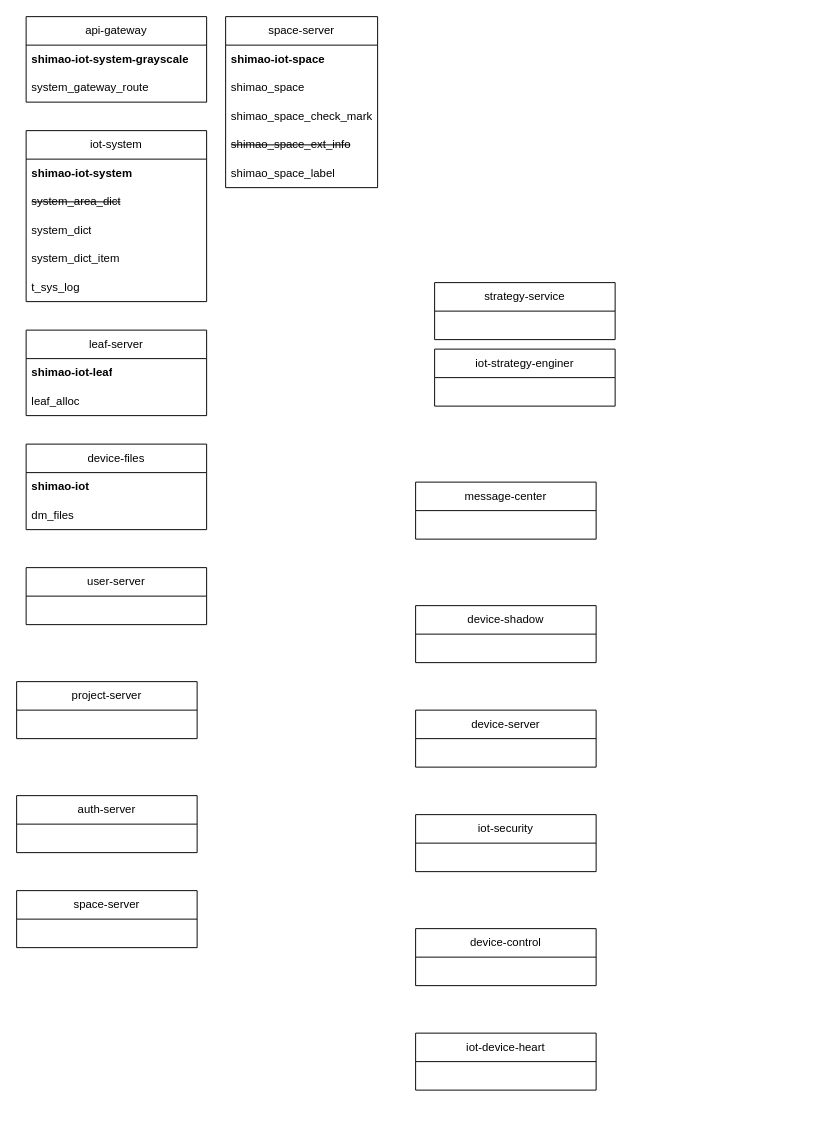
Before: yzs/IOT服务精简.drawio in yanglei1992/documents, a draw.io diagram. Source tidied: cells renumbered, new cells numbered last; positions are measured from the earlier drawing's top-left corner, leaving out a move shared by most shapes. Both pictures are drawn from the tidied source at 95%, with x=0, y=0 at pixel (16, 16).
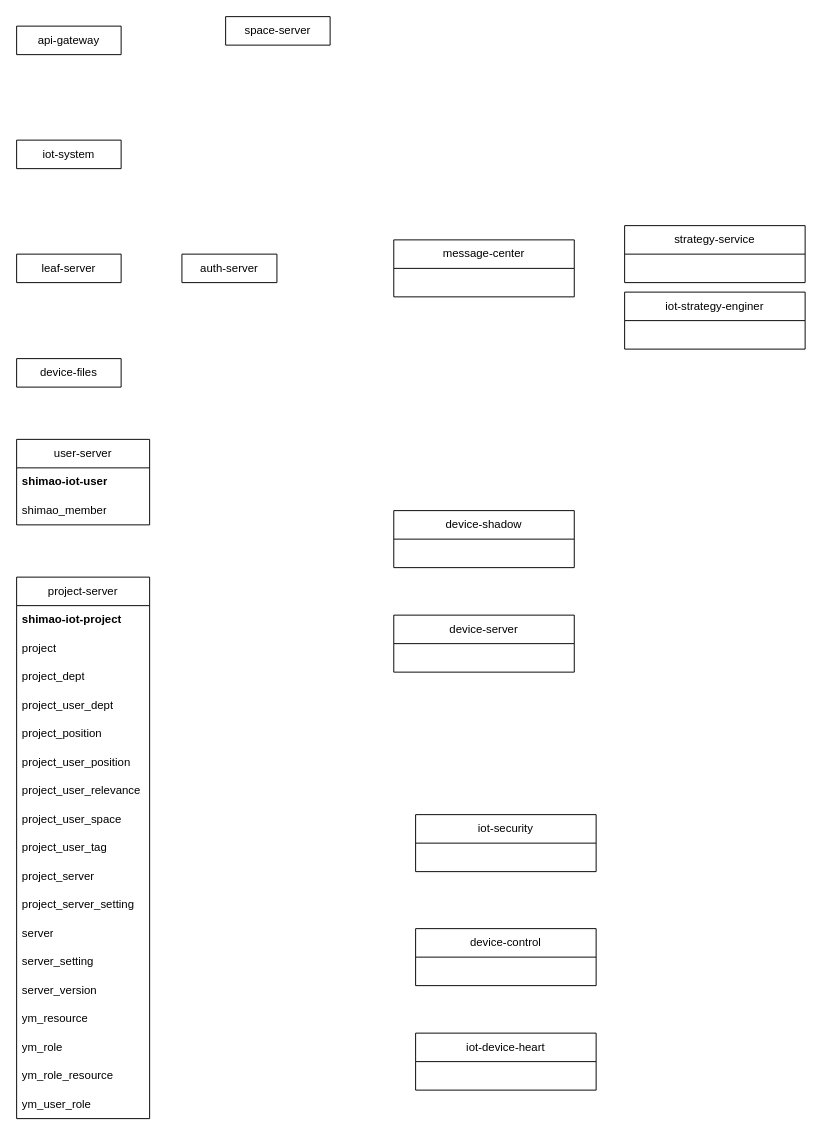
The same page after the edit.

Commit message (it also covers changes not shown here):
更新IOT服务精简.drawio

The edit, as a diff of the source:
```diff
@@
-    <mxCell id="2" value="space-server" style="swimlane;fontStyle=0;horizontal=1;startSize=30;whiteSpace=wrap;html=1;" parent="1" vertex="1">
-      <mxGeometry x="220" width="160" height="180" as="geometry" />
+    <mxCell id="2" value="space-server" style="swimlane;fontStyle=0;horizontal=1;startSize=30;whiteSpace=wrap;html=1;" parent="1" vertex="1" collapsed="1">
+      <mxGeometry x="220" width="110" height="30" as="geometry" />
     </mxCell>
-    <mxCell id="3" value="shimao-iot-space" style="text;strokeColor=none;fillColor=none;align=left;verticalAlign=middle;spacingLeft=4;spacingRight=4;overflow=hidden;whiteSpace=wrap;html=1;fontStyle=1;" parent="2" vertex="1">
-      <mxGeometry y="30" width="160" height="30" as="geometry" />
-    </mxCell>
-    <mxCell id="4" value="shimao_space" style="text;strokeColor=none;fillColor=none;align=left;verticalAlign=middle;spacingLeft=4;spacingRight=4;overflow=hidden;whiteSpace=wrap;html=1;" parent="2" vertex="1">
-      <mxGeometry y="60" width="160" height="30" as="geometry" />
-    </mxCell>
-    <mxCell id="5" value="shimao_space_check_mark" style="text;strokeColor=none;fillColor=none;align=left;verticalAlign=middle;spacingLeft=4;spacingRight=4;overflow=hidden;whiteSpace=wrap;html=1;" parent="2" vertex="1">
-      <mxGeometry y="90" width="160" height="30" as="geometry" />
-    </mxCell>
-    <mxCell id="6" value="&lt;strike&gt;shimao_space_ext_info&lt;/strike&gt;" style="text;strokeColor=none;fillColor=none;align=left;verticalAlign=middle;spacingLeft=4;spacingRight=4;overflow=hidden;whiteSpace=wrap;html=1;" parent="2" vertex="1">
-      <mxGeometry y="120" width="160" height="30" as="geometry" />
-    </mxCell>
-    <mxCell id="7" value="shimao_space_label" style="text;strokeColor=none;fillColor=none;align=left;verticalAlign=middle;spacingLeft=4;spacingRight=4;overflow=hidden;whiteSpace=wrap;html=1;" parent="2" vertex="1">
-      <mxGeometry y="150" width="160" height="30" as="geometry" />
-    </mxCell>
-    <mxCell id="8" value="api-gateway" style="swimlane;fontStyle=0;horizontal=1;startSize=30;whiteSpace=wrap;html=1;" parent="1" vertex="1">
-      <mxGeometry x="10" width="190" height="90" as="geometry" />
+    <mxCell id="8" value="api-gateway" style="swimlane;fontStyle=0;horizontal=1;startSize=30;whiteSpace=wrap;html=1;" parent="1" vertex="1" collapsed="1">
+      <mxGeometry y="10" width="110" height="30" as="geometry" />
     </mxCell>
-    <mxCell id="9" value="shimao-iot-system-grayscale" style="text;strokeColor=none;fillColor=none;align=left;verticalAlign=middle;spacingLeft=4;spacingRight=4;overflow=hidden;whiteSpace=wrap;html=1;fontStyle=1;" parent="8" vertex="1">
-      <mxGeometry y="30" width="190" height="30" as="geometry" />
-    </mxCell>
-    <mxCell id="10" value="system_gateway_route" style="text;strokeColor=none;fillColor=none;align=left;verticalAlign=middle;spacingLeft=4;spacingRight=4;overflow=hidden;whiteSpace=wrap;html=1;" parent="8" vertex="1">
-      <mxGeometry y="60" width="190" height="30" as="geometry" />
-    </mxCell>
-    <mxCell id="11" value="iot-system" style="swimlane;fontStyle=0;horizontal=1;startSize=30;whiteSpace=wrap;html=1;" parent="1" vertex="1">
-      <mxGeometry x="10" y="120" width="190" height="180" as="geometry" />
+    <mxCell id="11" value="iot-system" style="swimlane;fontStyle=0;horizontal=1;startSize=30;whiteSpace=wrap;html=1;" parent="1" vertex="1" collapsed="1">
+      <mxGeometry y="130" width="110" height="30" as="geometry" />
     </mxCell>
-    <mxCell id="12" value="shimao-iot-system" style="text;strokeColor=none;fillColor=none;align=left;verticalAlign=middle;spacingLeft=4;spacingRight=4;overflow=hidden;whiteSpace=wrap;html=1;fontStyle=1;" parent="11" vertex="1">
-      <mxGeometry y="30" width="190" height="30" as="geometry" />
-    </mxCell>
-    <mxCell id="13" value="&lt;strike&gt;system_area_dict&lt;/strike&gt;" style="text;strokeColor=none;fillColor=none;align=left;verticalAlign=middle;spacingLeft=4;spacingRight=4;overflow=hidden;whiteSpace=wrap;html=1;fontStyle=0;" parent="11" vertex="1">
-      <mxGeometry y="60" width="190" height="30" as="geometry" />
-    </mxCell>
-    <mxCell id="14" value="system_dict" style="text;strokeColor=none;fillColor=none;align=left;verticalAlign=middle;spacingLeft=4;spacingRight=4;overflow=hidden;whiteSpace=wrap;html=1;fontStyle=0;" parent="11" vertex="1">
-      <mxGeometry y="90" width="190" height="30" as="geometry" />
-    </mxCell>
-    <mxCell id="15" value="system_dict_item" style="text;strokeColor=none;fillColor=none;align=left;verticalAlign=middle;spacingLeft=4;spacingRight=4;overflow=hidden;whiteSpace=wrap;html=1;fontStyle=0;" parent="11" vertex="1">
-      <mxGeometry y="120" width="190" height="30" as="geometry" />
-    </mxCell>
-    <mxCell id="16" value="t_sys_log" style="text;strokeColor=none;fillColor=none;align=left;verticalAlign=middle;spacingLeft=4;spacingRight=4;overflow=hidden;whiteSpace=wrap;html=1;fontStyle=0;" parent="11" vertex="1">
-      <mxGeometry y="150" width="190" height="30" as="geometry" />
-    </mxCell>
-    <mxCell id="17" value="leaf-server" style="swimlane;fontStyle=0;horizontal=1;startSize=30;whiteSpace=wrap;html=1;" parent="1" vertex="1">
-      <mxGeometry x="10" y="330" width="190" height="90" as="geometry" />
+    <mxCell id="17" value="leaf-server" style="swimlane;fontStyle=0;horizontal=1;startSize=30;whiteSpace=wrap;html=1;" parent="1" vertex="1" collapsed="1">
+      <mxGeometry y="250" width="110" height="30" as="geometry" />
     </mxCell>
-    <mxCell id="18" value="shimao-iot-leaf" style="text;strokeColor=none;fillColor=none;align=left;verticalAlign=middle;spacingLeft=4;spacingRight=4;overflow=hidden;whiteSpace=wrap;html=1;fontStyle=1;" parent="17" vertex="1">
-      <mxGeometry y="30" width="190" height="30" as="geometry" />
-    </mxCell>
-    <mxCell id="19" value="leaf_alloc" style="text;strokeColor=none;fillColor=none;align=left;verticalAlign=middle;spacingLeft=4;spacingRight=4;overflow=hidden;whiteSpace=wrap;html=1;fontStyle=0;" parent="17" vertex="1">
-      <mxGeometry y="60" width="190" height="30" as="geometry" />
-    </mxCell>
-    <mxCell id="20" value="device-files" style="swimlane;fontStyle=0;horizontal=1;startSize=30;whiteSpace=wrap;html=1;" parent="1" vertex="1">
-      <mxGeometry x="10" y="450" width="190" height="90" as="geometry" />
+    <mxCell id="20" value="device-files" style="swimlane;fontStyle=0;horizontal=1;startSize=30;whiteSpace=wrap;html=1;" parent="1" vertex="1" collapsed="1">
+      <mxGeometry y="360" width="110" height="30" as="geometry" />
     </mxCell>
-    <mxCell id="21" value="shimao-iot" style="text;strokeColor=none;fillColor=none;align=left;verticalAlign=middle;spacingLeft=4;spacingRight=4;overflow=hidden;whiteSpace=wrap;html=1;fontStyle=1;" parent="20" vertex="1">
-      <mxGeometry y="30" width="190" height="30" as="geometry" />
-    </mxCell>
-    <mxCell id="22" value="dm_files" style="text;strokeColor=none;fillColor=none;align=left;verticalAlign=middle;spacingLeft=4;spacingRight=4;overflow=hidden;whiteSpace=wrap;html=1;fontStyle=0;" parent="20" vertex="1">
-      <mxGeometry y="60" width="190" height="30" as="geometry" />
-    </mxCell>
     <mxCell id="23" value="device-server" style="swimlane;fontStyle=0;horizontal=1;startSize=30;whiteSpace=wrap;html=1;" parent="1" vertex="1">
-      <mxGeometry x="420" y="730" width="190" height="60" as="geometry" />
+      <mxGeometry x="397" y="630" width="190" height="60" as="geometry" />
     </mxCell>
     <mxCell id="24" value="device-shadow" style="swimlane;fontStyle=0;horizontal=1;startSize=30;whiteSpace=wrap;html=1;" parent="1" vertex="1">
-      <mxGeometry x="420" y="620" width="190" height="60" as="geometry" />
+      <mxGeometry x="397" y="520" width="190" height="60" as="geometry" />
     </mxCell>
-    <mxCell id="25" value="space-server" style="swimlane;fontStyle=0;horizontal=1;startSize=30;whiteSpace=wrap;html=1;" parent="1" vertex="1">
-      <mxGeometry y="920" width="190" height="60" as="geometry" />
-    </mxCell>
-    <mxCell id="26" value="auth-server" style="swimlane;fontStyle=0;horizontal=1;startSize=30;whiteSpace=wrap;html=1;" parent="1" vertex="1">
-      <mxGeometry y="820" width="190" height="60" as="geometry" />
-    </mxCell>
-    <mxCell id="27" value="project-server" style="swimlane;fontStyle=0;horizontal=1;startSize=30;whiteSpace=wrap;html=1;" parent="1" vertex="1">
-      <mxGeometry y="700" width="190" height="60" as="geometry" />
-    </mxCell>
-    <mxCell id="28" value="user-server" style="swimlane;fontStyle=0;horizontal=1;startSize=30;whiteSpace=wrap;html=1;" parent="1" vertex="1">
-      <mxGeometry x="10" y="580" width="190" height="60" as="geometry" />
-    </mxCell>
@@
     <mxCell id="31" value="message-center" style="swimlane;fontStyle=0;horizontal=1;startSize=30;whiteSpace=wrap;html=1;" parent="1" vertex="1">
-      <mxGeometry x="420" y="490" width="190" height="60" as="geometry" />
+      <mxGeometry x="397" y="235" width="190" height="60" as="geometry" />
     </mxCell>
@@
     <mxCell id="33" value="iot-strategy-enginer" style="swimlane;fontStyle=0;horizontal=1;startSize=30;whiteSpace=wrap;html=1;" parent="1" vertex="1">
-      <mxGeometry x="440" y="350" width="190" height="60" as="geometry" />
+      <mxGeometry x="640" y="290" width="190" height="60" as="geometry" />
     </mxCell>
     <mxCell id="34" value="strategy-service" style="swimlane;fontStyle=0;horizontal=1;startSize=30;whiteSpace=wrap;html=1;" parent="1" vertex="1">
-      <mxGeometry x="440" y="280" width="190" height="60" as="geometry" />
+      <mxGeometry x="640" y="220" width="190" height="60" as="geometry" />
     </mxCell>
+    <mxCell id="28" value="user-server" style="swimlane;fontStyle=0;horizontal=1;startSize=30;whiteSpace=wrap;html=1;" parent="1" vertex="1">
+      <mxGeometry y="445" width="140" height="90" as="geometry" />
+    </mxCell>
+    <mxCell id="35" value="shimao-iot-user" style="text;strokeColor=none;fillColor=none;align=left;verticalAlign=middle;spacingLeft=4;spacingRight=4;overflow=hidden;whiteSpace=wrap;html=1;fontStyle=1;" parent="28" vertex="1">
+      <mxGeometry y="30" width="140" height="30" as="geometry" />
+    </mxCell>
+    <mxCell id="36" value="shimao_member" style="text;strokeColor=none;fillColor=none;align=left;verticalAlign=middle;spacingLeft=4;spacingRight=4;overflow=hidden;whiteSpace=wrap;html=1;" parent="28" vertex="1">
+      <mxGeometry y="60" width="140" height="30" as="geometry" />
+    </mxCell>
+    <mxCell id="27" value="project-server" style="swimlane;fontStyle=0;horizontal=1;startSize=30;whiteSpace=wrap;html=1;" parent="1" vertex="1">
+      <mxGeometry y="590" width="140" height="570" as="geometry" />
+    </mxCell>
+    <mxCell id="37" value="shimao-iot-project" style="text;strokeColor=none;fillColor=none;align=left;verticalAlign=middle;spacingLeft=4;spacingRight=4;overflow=hidden;whiteSpace=wrap;html=1;fontStyle=1;" parent="27" vertex="1">
+      <mxGeometry y="30" width="140" height="30" as="geometry" />
+    </mxCell>
+    <mxCell id="38" value="project" style="text;strokeColor=none;fillColor=none;align=left;verticalAlign=middle;spacingLeft=4;spacingRight=4;overflow=hidden;whiteSpace=wrap;html=1;" parent="27" vertex="1">
+      <mxGeometry y="60" width="140" height="30" as="geometry" />
+    </mxCell>
+    <mxCell id="39" value="project_dept" style="text;strokeColor=none;fillColor=none;align=left;verticalAlign=middle;spacingLeft=4;spacingRight=4;overflow=hidden;whiteSpace=wrap;html=1;" parent="27" vertex="1">
+      <mxGeometry y="90" width="140" height="30" as="geometry" />
+    </mxCell>
+    <mxCell id="40" value="project_user_dept" style="text;strokeColor=none;fillColor=none;align=left;verticalAlign=middle;spacingLeft=4;spacingRight=4;overflow=hidden;whiteSpace=wrap;html=1;" parent="27" vertex="1">
+      <mxGeometry y="120" width="140" height="30" as="geometry" />
+    </mxCell>
+    <mxCell id="41" value="project_position" style="text;strokeColor=none;fillColor=none;align=left;verticalAlign=middle;spacingLeft=4;spacingRight=4;overflow=hidden;whiteSpace=wrap;html=1;" parent="27" vertex="1">
+      <mxGeometry y="150" width="140" height="30" as="geometry" />
+    </mxCell>
+    <mxCell id="42" value="project_user_position" style="text;strokeColor=none;fillColor=none;align=left;verticalAlign=middle;spacingLeft=4;spacingRight=4;overflow=hidden;whiteSpace=wrap;html=1;" parent="27" vertex="1">
+      <mxGeometry y="180" width="140" height="30" as="geometry" />
+    </mxCell>
+    <mxCell id="43" value="project_user_relevance" style="text;strokeColor=none;fillColor=none;align=left;verticalAlign=middle;spacingLeft=4;spacingRight=4;overflow=hidden;whiteSpace=wrap;html=1;" parent="27" vertex="1">
+      <mxGeometry y="210" width="140" height="30" as="geometry" />
+    </mxCell>
+    <mxCell id="44" value="project_user_space" style="text;strokeColor=none;fillColor=none;align=left;verticalAlign=middle;spacingLeft=4;spacingRight=4;overflow=hidden;whiteSpace=wrap;html=1;" parent="27" vertex="1">
+      <mxGeometry y="240" width="140" height="30" as="geometry" />
+    </mxCell>
+    <mxCell id="45" value="project_user_tag" style="text;strokeColor=none;fillColor=none;align=left;verticalAlign=middle;spacingLeft=4;spacingRight=4;overflow=hidden;whiteSpace=wrap;html=1;" parent="27" vertex="1">
+      <mxGeometry y="270" width="140" height="30" as="geometry" />
+    </mxCell>
+    <mxCell id="46" value="project_server" style="text;strokeColor=none;fillColor=none;align=left;verticalAlign=middle;spacingLeft=4;spacingRight=4;overflow=hidden;whiteSpace=wrap;html=1;" parent="27" vertex="1">
+      <mxGeometry y="300" width="140" height="30" as="geometry" />
+    </mxCell>
+    <mxCell id="47" value="project_server_setting" style="text;strokeColor=none;fillColor=none;align=left;verticalAlign=middle;spacingLeft=4;spacingRight=4;overflow=hidden;whiteSpace=wrap;html=1;" parent="27" vertex="1">
+      <mxGeometry y="330" width="140" height="30" as="geometry" />
+    </mxCell>
+    <mxCell id="48" value="server" style="text;strokeColor=none;fillColor=none;align=left;verticalAlign=middle;spacingLeft=4;spacingRight=4;overflow=hidden;whiteSpace=wrap;html=1;" parent="27" vertex="1">
+      <mxGeometry y="360" width="140" height="30" as="geometry" />
+    </mxCell>
+    <mxCell id="49" value="server_setting" style="text;strokeColor=none;fillColor=none;align=left;verticalAlign=middle;spacingLeft=4;spacingRight=4;overflow=hidden;whiteSpace=wrap;html=1;" parent="27" vertex="1">
+      <mxGeometry y="390" width="140" height="30" as="geometry" />
+    </mxCell>
+    <mxCell id="50" value="server_version" style="text;strokeColor=none;fillColor=none;align=left;verticalAlign=middle;spacingLeft=4;spacingRight=4;overflow=hidden;whiteSpace=wrap;html=1;" parent="27" vertex="1">
+      <mxGeometry y="420" width="140" height="30" as="geometry" />
+    </mxCell>
+    <mxCell id="51" value="ym_resource" style="text;strokeColor=none;fillColor=none;align=left;verticalAlign=middle;spacingLeft=4;spacingRight=4;overflow=hidden;whiteSpace=wrap;html=1;" parent="27" vertex="1">
+      <mxGeometry y="450" width="140" height="30" as="geometry" />
+    </mxCell>
+    <mxCell id="52" value="ym_role" style="text;strokeColor=none;fillColor=none;align=left;verticalAlign=middle;spacingLeft=4;spacingRight=4;overflow=hidden;whiteSpace=wrap;html=1;" parent="27" vertex="1">
+      <mxGeometry y="480" width="140" height="30" as="geometry" />
+    </mxCell>
+    <mxCell id="53" value="ym_role_resource" style="text;strokeColor=none;fillColor=none;align=left;verticalAlign=middle;spacingLeft=4;spacingRight=4;overflow=hidden;whiteSpace=wrap;html=1;" parent="27" vertex="1">
+      <mxGeometry y="510" width="140" height="30" as="geometry" />
+    </mxCell>
+    <mxCell id="54" value="ym_user_role" style="text;strokeColor=none;fillColor=none;align=left;verticalAlign=middle;spacingLeft=4;spacingRight=4;overflow=hidden;whiteSpace=wrap;html=1;" parent="27" vertex="1">
+      <mxGeometry y="540" width="140" height="30" as="geometry" />
+    </mxCell>
+    <mxCell id="26" value="auth-server" style="swimlane;fontStyle=0;horizontal=1;startSize=30;whiteSpace=wrap;html=1;" parent="1" vertex="1" collapsed="1">
+      <mxGeometry x="174" y="250" width="100" height="30" as="geometry" />
+    </mxCell>
```
